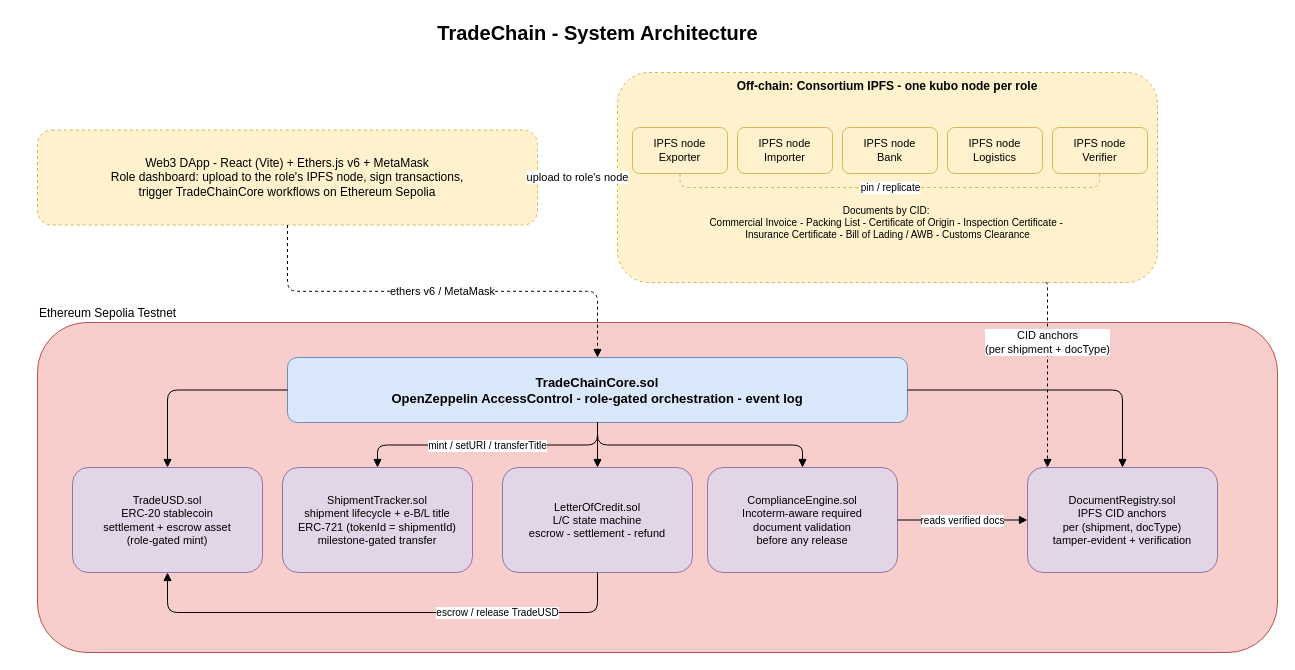
Earlier version of the draw.io diagram docs/diagrams/TradeChain.drawio (hoi88ki/CSIT5760-Individual-Project). Source tidied: cells renumbered, new cells numbered last; positions are measured from the earlier drawing's top-left corner, leaving out a move shared by most shapes. Both pictures are drawn from the tidied source at 100%, with x=0, y=0 at pixel (17, 17).
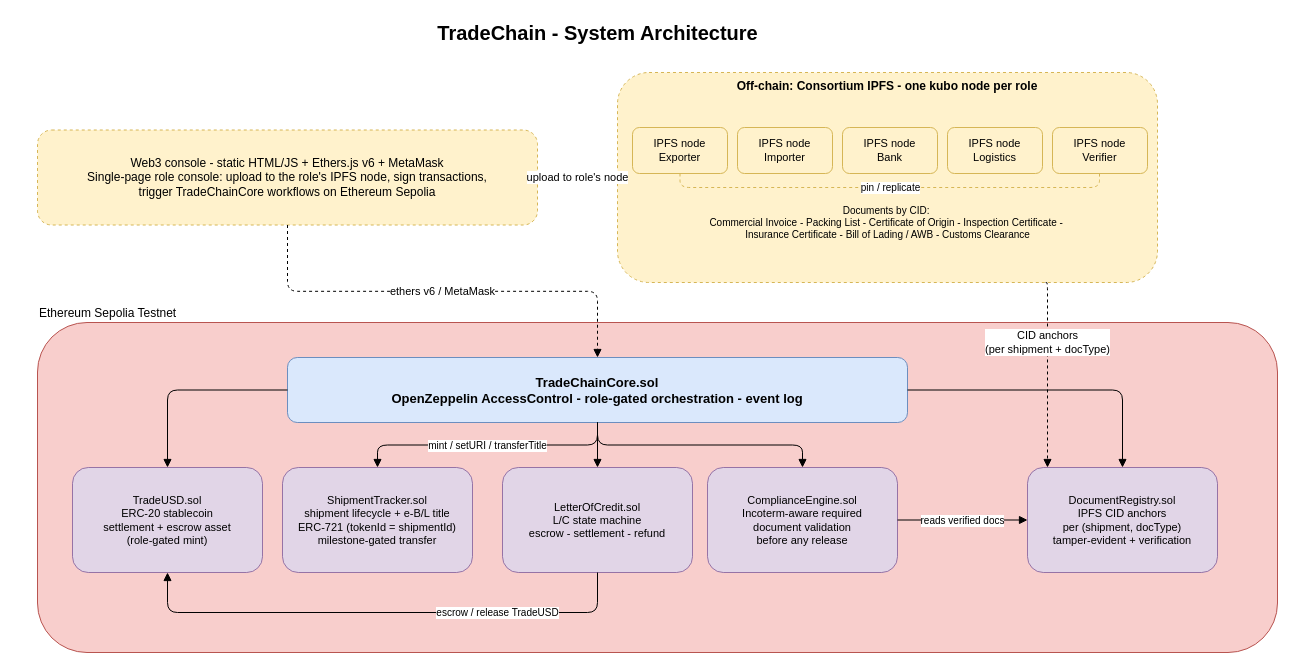
After the change.

Change to the diagram source:
```diff
@@
-    <mxCell id="3" value="Web3 DApp - React (Vite) + Ethers.js v6 + MetaMask&#10;Role dashboard: upload to the role's IPFS node, sign transactions,&#10;trigger TradeChainCore workflows on Ethereum Sepolia" style="rounded=1;whiteSpace=wrap;html=1;fillColor=#fff2cc;strokeColor=#d6b656;dashed=1;" parent="1" vertex="1">
+    <mxCell id="3" value="Web3 console - static HTML/JS + Ethers.js v6 + MetaMask&#10;Single-page role console: upload to the role's IPFS node, sign transactions,&#10;trigger TradeChainCore workflows on Ethereum Sepolia" style="rounded=1;whiteSpace=wrap;html=1;fillColor=#fff2cc;strokeColor=#d6b656;dashed=1;" parent="1" vertex="1">
       <mxGeometry x="20" y="112.5" width="500" height="95" as="geometry" />
     </mxCell>
```
